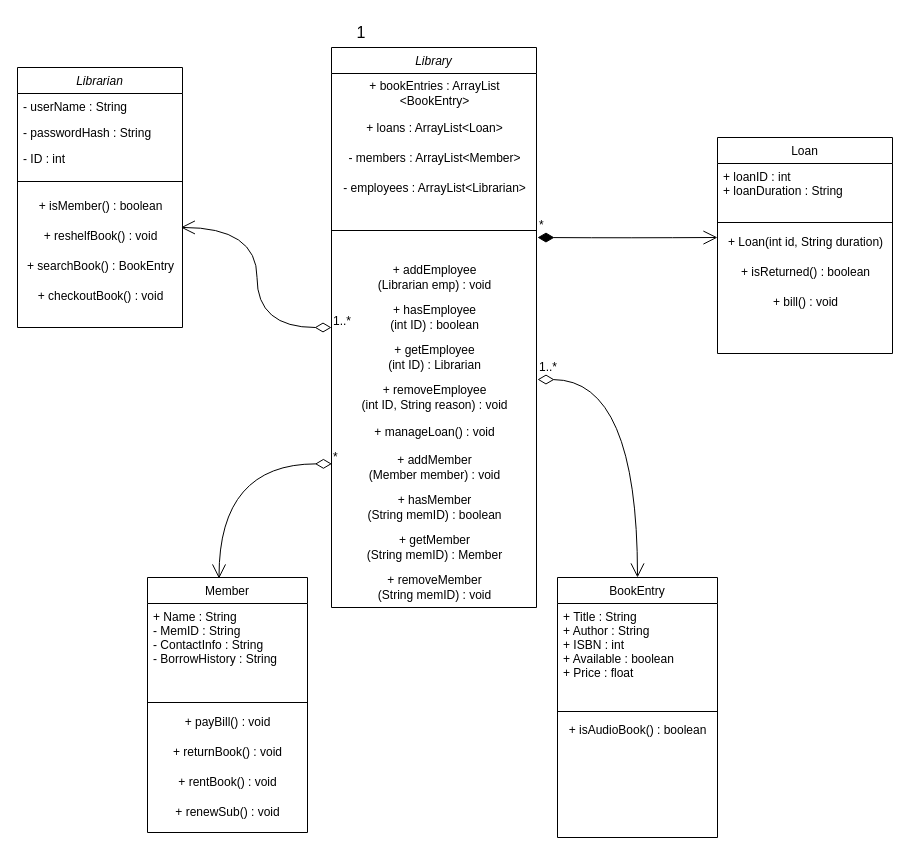
Above: Untitled Diagram.drawio in Twpendleton/ClassUMLDiagram (draw.io), before the change. Source tidied: cells renumbered, new cells numbered last; positions are measured from the earlier drawing's top-left corner, leaving out a move shared by most shapes. Both pictures are drawn from the tidied source at 100%, with x=0, y=0 at pixel (17, 17).
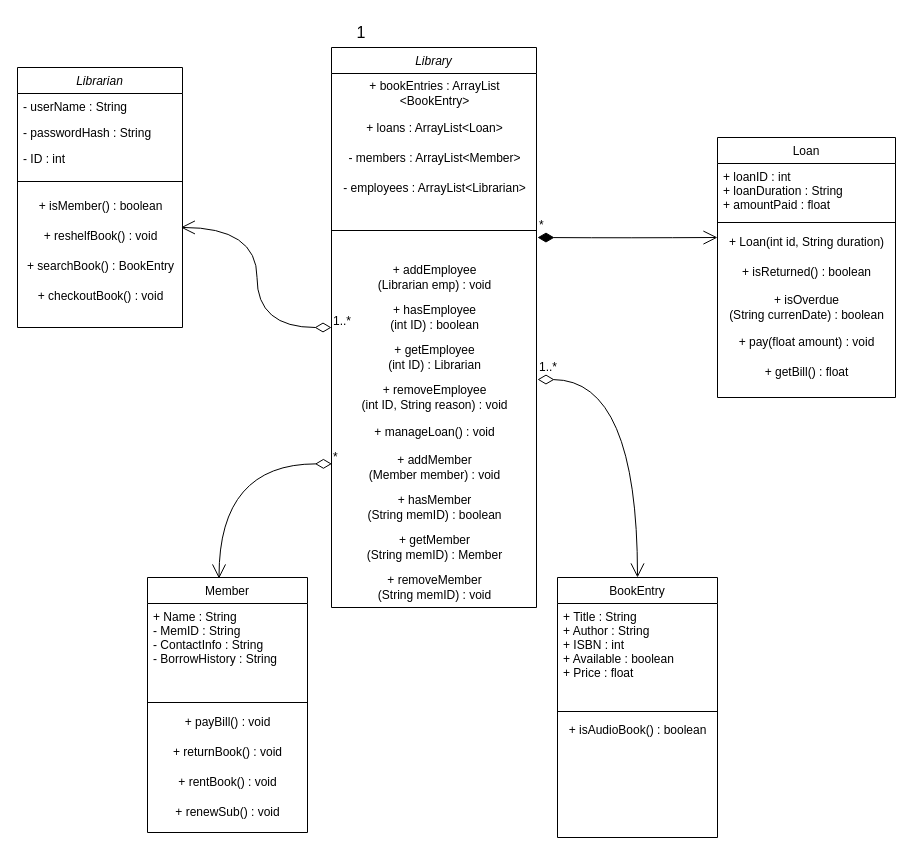
The same page after the edit.

Commit message:
Add methods and attributes to Loan

Change to the diagram source:
```diff
@@
     <mxCell id="22" value="Loan" style="swimlane;fontStyle=0;align=center;verticalAlign=top;horizontal=1;startSize=26;rounded=0;shadow=0;strokeWidth=1;" parent="1" vertex="1">
-      <mxGeometry x="700" y="120" width="175" height="216" as="geometry" />
+      <mxGeometry x="700" y="120" width="178" height="260" as="geometry" />
     </mxCell>
-    <mxCell id="23" value="+ loanID : int&#10;+ loanDuration : String&#10;" style="text;align=left;verticalAlign=top;spacingLeft=4;spacingRight=4;overflow=hidden;" parent="22" vertex="1">
-      <mxGeometry y="26" width="175" height="54" as="geometry" />
+    <mxCell id="23" value="+ loanID : int&#10;+ loanDuration : String&#10;+ amountPaid : float" style="text;align=left;verticalAlign=top;spacingLeft=4;spacingRight=4;overflow=hidden;" parent="22" vertex="1">
+      <mxGeometry y="26" width="178" height="54" as="geometry" />
     </mxCell>
     <mxCell id="24" style="line;html=1;strokeWidth=1;align=left;verticalAlign=middle;spacingTop=-1;spacingLeft=3;spacingRight=3;labelPosition=right;" parent="22" vertex="1">
-      <mxGeometry y="80" width="175" height="10" as="geometry" />
+      <mxGeometry y="80" width="178" height="10" as="geometry" />
     </mxCell>
     <mxCell id="25" value="+ Loan(int id, String duration)" style="text;html=1;align=center;verticalAlign=middle;points=[];strokeColor=none;fillColor=none;" parent="22" vertex="1">
-      <mxGeometry y="90" width="175" height="30" as="geometry" />
+      <mxGeometry y="90" width="178" height="30" as="geometry" />
     </mxCell>
     <mxCell id="26" value="+ isReturned() : boolean" style="text;html=1;align=center;verticalAlign=middle;strokeColor=none;fillColor=none;" parent="22" vertex="1">
-      <mxGeometry y="120" width="175" height="30" as="geometry" />
+      <mxGeometry y="120" width="178" height="30" as="geometry" />
     </mxCell>
+    <mxCell id="48" value="+ isOverdue&lt;div&gt;(String currenDate) : boolean&lt;/div&gt;" style="text;html=1;align=center;verticalAlign=middle;strokeColor=none;fillColor=none;" parent="22" vertex="1">
+      <mxGeometry y="150" width="178" height="40" as="geometry" />
+    </mxCell>
-    <mxCell id="27" value="+ bill() : void" style="text;html=1;align=center;verticalAlign=middle;strokeColor=none;fillColor=none;" parent="22" vertex="1">
-      <mxGeometry y="150" width="175" height="30" as="geometry" />
+    <mxCell id="27" value="+ pay(float amount) : void" style="text;html=1;align=center;verticalAlign=middle;strokeColor=none;fillColor=none;" parent="22" vertex="1">
+      <mxGeometry y="190" width="178" height="30" as="geometry" />
     </mxCell>
+    <mxCell id="49" value="+ getBill&lt;span style=&quot;background-color: initial;&quot;&gt;() : float&lt;/span&gt;" style="text;html=1;align=center;verticalAlign=middle;strokeColor=none;fillColor=none;" parent="22" vertex="1">
+      <mxGeometry y="220" width="178" height="30" as="geometry" />
+    </mxCell>
```
